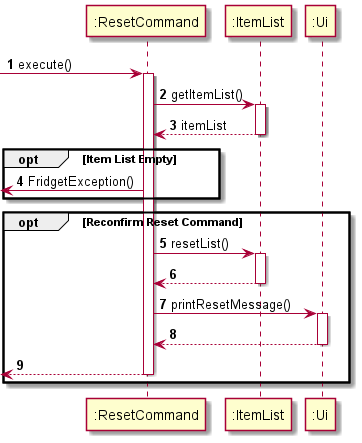
Earlier version of the PlantUML export docs/umlDiagrams/ResetSequence.png (uosjapuelks/tp).
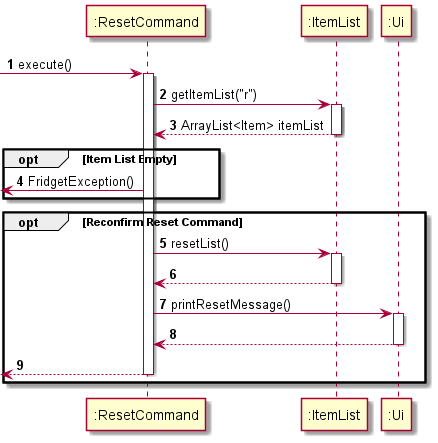
After the commit.

Commit message:
Fix ResetCommand sequence

Diff of the diagram source:
```diff
@@ -5,9 +5,9 @@
 -> ":ResetCommand": execute()
 activate ":ResetCommand"
 
-":ResetCommand" -> ":ItemList": getItemList()
+":ResetCommand" -> ":ItemList": getItemList("r")
 activate ":ItemList"
-":ResetCommand" <-- ":ItemList": itemList
+":ResetCommand" <-- ":ItemList": ArrayList<Item> itemList
 deactivate ":ItemList"
 
 opt Item List Empty
```
